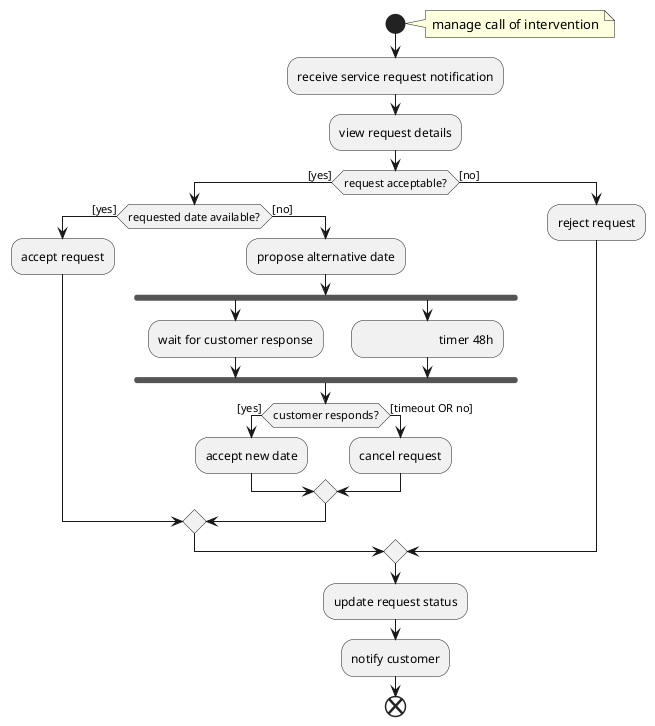
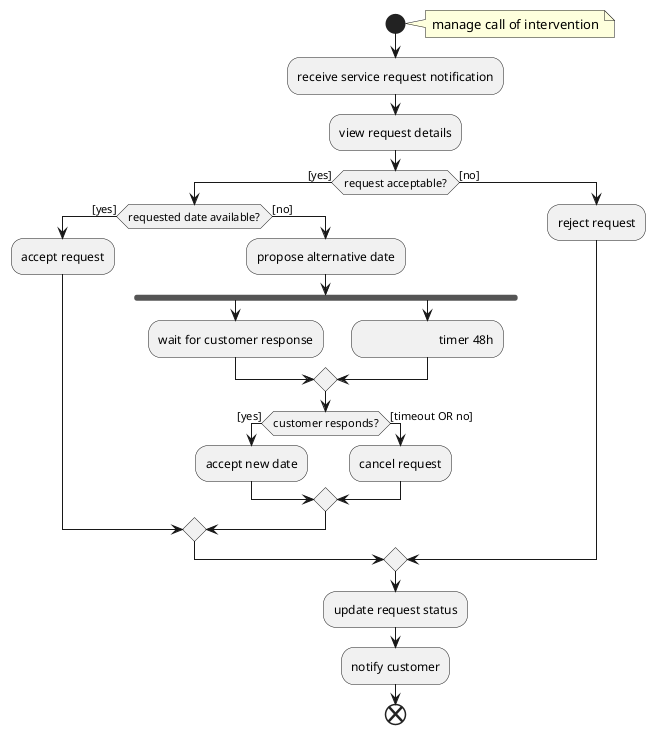
@startuml
start

note right
manage call of intervention
end note

:receive service request notification;
:view request details;

if (request acceptable?) then ([yes])

    if (requested date available?) then ([yes])
        :accept request;
    else ([no])
        :propose alternative date;
        fork
            :wait for customer response;

        fork again

            :\t\t\t timer 48h; <<timeEvent>>

-         end fork
+         end merge

        if (customer responds?) then ([yes])
                :accept new date;
            else ([timeout OR no])
                :cancel request;

        endif

    endif


else ([no])

    :reject request;


endif

:update request status;
:notify customer;

end
@enduml